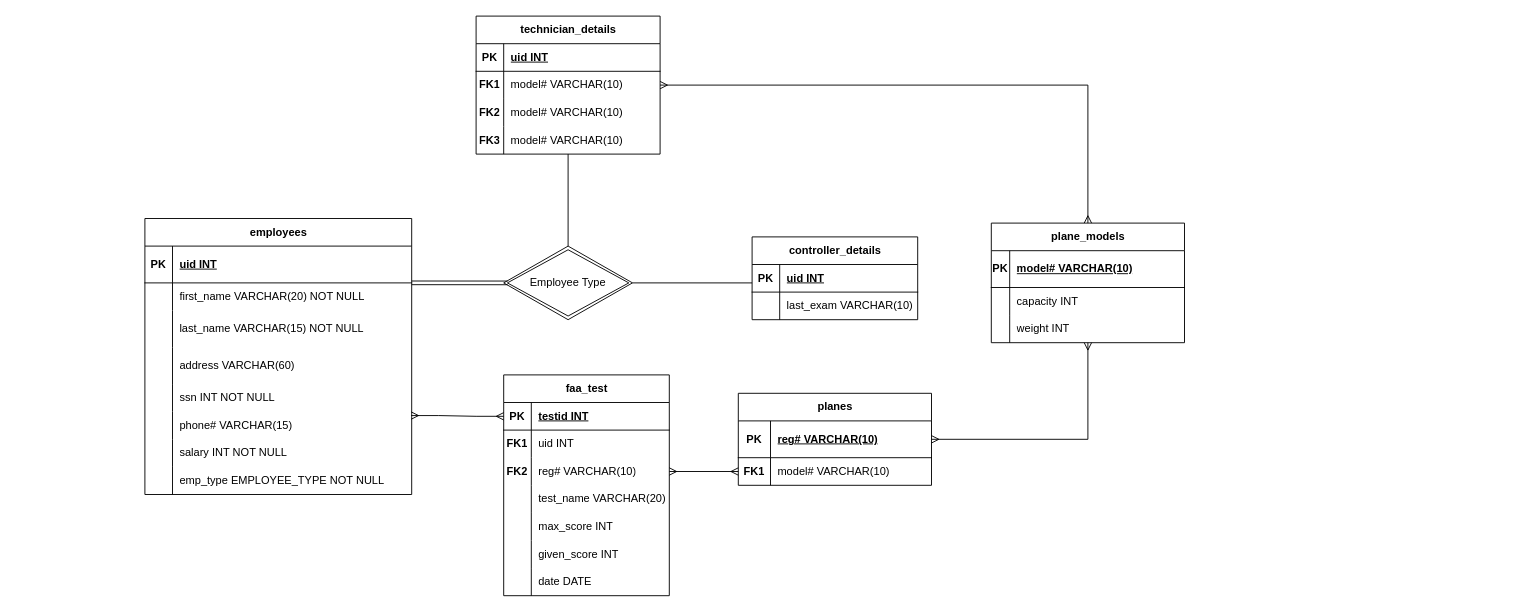
This is Untitled Diagram.drawio from O-paque/CS430, a draw.io file, before an edit. Source tidied: cells renumbered, new cells numbered last; positions are measured from the earlier drawing's top-left corner, leaving out a move shared by most shapes. Both pictures are drawn from the tidied source at 92%, with x=0, y=0 at pixel (144, 16).
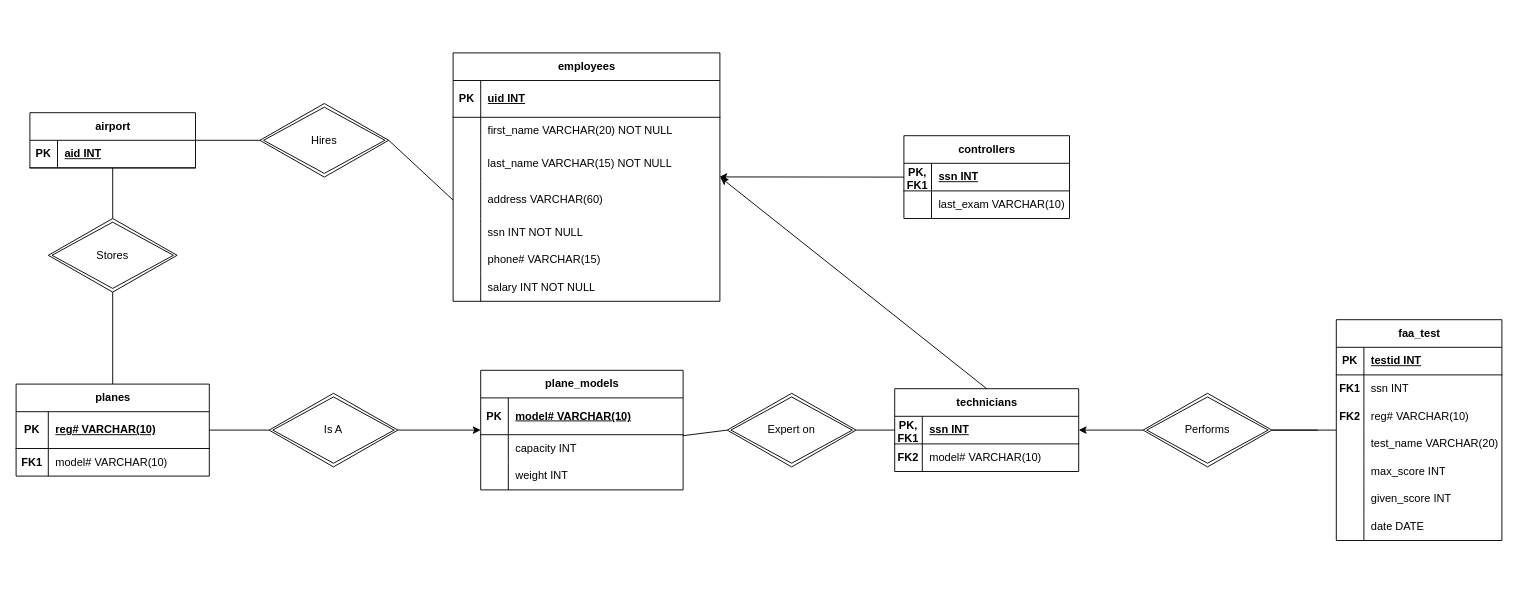
The same diagram, later.

Unchanged cells that the change refers to:
```xml
<mxCell id="3" style="shape=tableRow;horizontal=0;startSize=0;swimlaneHead=0;swimlaneBody=0;fillColor=none;points=[[0,0.5],[1,0.5]];portConstraint=eastwest;top=0;left=0;right=0;bottom=1;" parent="2" vertex="1">
  <mxGeometry y="30" width="210" height="40" as="geometry" />
</mxCell>
<mxCell id="6" style="shape=tableRow;horizontal=0;startSize=0;swimlaneHead=0;swimlaneBody=0;fillColor=none;points=[[0,0.5],[1,0.5]];portConstraint=eastwest;top=0;left=0;right=0;bottom=0;" parent="2" vertex="1">
  <mxGeometry y="70" width="210" height="30" as="geometry" />
</mxCell>
<mxCell id="15" style="shape=tableRow;horizontal=0;startSize=0;swimlaneHead=0;swimlaneBody=0;fillColor=none;points=[[0,0.5],[1,0.5]];portConstraint=eastwest;top=0;left=0;right=0;bottom=0;" parent="11" vertex="1">
  <mxGeometry y="70" width="290" height="30" as="geometry" />
</mxCell>
<mxCell id="18" style="shape=tableRow;horizontal=0;startSize=0;swimlaneHead=0;swimlaneBody=0;fillColor=none;points=[[0,0.5],[1,0.5]];portConstraint=eastwest;top=0;left=0;right=0;bottom=0;" parent="11" vertex="1">
  <mxGeometry y="100" width="290" height="40" as="geometry" />
</mxCell>
<mxCell id="21" style="shape=tableRow;horizontal=0;startSize=0;swimlaneHead=0;swimlaneBody=0;fillColor=none;points=[[0,0.5],[1,0.5]];portConstraint=eastwest;top=0;left=0;right=0;bottom=0;" parent="11" vertex="1">
  <mxGeometry y="140" width="290" height="40" as="geometry" />
</mxCell>
<mxCell id="27" style="shape=tableRow;horizontal=0;startSize=0;swimlaneHead=0;swimlaneBody=0;fillColor=none;points=[[0,0.5],[1,0.5]];portConstraint=eastwest;top=0;left=0;right=0;bottom=0;" parent="11" vertex="1">
  <mxGeometry y="210" width="290" height="30" as="geometry" />
</mxCell>
<mxCell id="37" style="shape=tableRow;horizontal=0;startSize=0;swimlaneHead=0;swimlaneBody=0;fillColor=none;points=[[0,0.5],[1,0.5]];portConstraint=eastwest;top=0;left=0;right=0;bottom=1;" parent="36" vertex="1">
  <mxGeometry y="30" width="200" height="30" as="geometry" />
</mxCell>
<mxCell id="40" style="shape=tableRow;horizontal=0;startSize=0;swimlaneHead=0;swimlaneBody=0;fillColor=none;points=[[0,0.5],[1,0.5]];portConstraint=eastwest;top=0;left=0;right=0;bottom=0;" parent="36" vertex="1">
  <mxGeometry y="60" width="200" height="30" as="geometry" />
</mxCell>
<mxCell id="50" style="shape=tableRow;horizontal=0;startSize=0;swimlaneHead=0;swimlaneBody=0;fillColor=none;points=[[0,0.5],[1,0.5]];portConstraint=eastwest;top=0;left=0;right=0;bottom=1;" parent="49" vertex="1">
  <mxGeometry y="30" width="180" height="30" as="geometry" />
</mxCell>
<mxCell id="57" style="shape=tableRow;horizontal=0;startSize=0;swimlaneHead=0;swimlaneBody=0;fillColor=none;points=[[0,0.5],[1,0.5]];portConstraint=eastwest;top=0;left=0;right=0;bottom=1;" parent="56" vertex="1">
  <mxGeometry y="30" width="180" height="30" as="geometry" />
</mxCell>
<mxCell id="60" style="shape=tableRow;horizontal=0;startSize=0;swimlaneHead=0;swimlaneBody=0;fillColor=none;top=0;left=0;right=0;bottom=0;" parent="56" vertex="1">
  <mxGeometry y="60" width="180" height="30" as="geometry" />
</mxCell>
<mxCell id="63" style="shape=tableRow;horizontal=0;startSize=0;swimlaneHead=0;swimlaneBody=0;fillColor=none;points=[[0,0.5],[1,0.5]];portConstraint=eastwest;top=0;left=0;right=0;bottom=0;" parent="56" vertex="1">
  <mxGeometry y="90" width="180" height="30" as="geometry" />
</mxCell>
<mxCell id="66" style="shape=tableRow;horizontal=0;startSize=0;swimlaneHead=0;swimlaneBody=0;fillColor=none;points=[[0,0.5],[1,0.5]];portConstraint=eastwest;top=0;left=0;right=0;bottom=0;" parent="56" vertex="1">
  <mxGeometry y="120" width="180" height="30" as="geometry" />
</mxCell>
```

The edit, as a diff of the source:
```diff
@@
     <mxCell id="2" value="planes" style="shape=table;startSize=30;childLayout=tableLayout;rowLines=0;fontStyle=1;align=center;html=1;" parent="1" vertex="1">
-      <mxGeometry x="645" y="410" width="210" height="100" as="geometry" />
+      <mxGeometry x="-140" y="400" width="210" height="100" as="geometry" />
     </mxCell>
@@
     <mxCell id="9" style="shape=tableRow;horizontal=0;startSize=0;swimlaneHead=0;swimlaneBody=0;fillColor=none;top=0;left=0;right=0;bottom=0;" parent="1" vertex="1">
-      <mxGeometry x="140" y="460" width="290" height="30" as="geometry" />
+      <mxGeometry x="475" y="280" width="290" height="30" as="geometry" />
     </mxCell>
@@
     <mxCell id="11" value="employees" style="shape=table;startSize=30;childLayout=tableLayout;rowLines=0;fontStyle=1;align=center;html=1;" parent="1" vertex="1">
-      <mxGeometry y="220" width="290" height="300" as="geometry" />
+      <mxGeometry x="335" y="40" width="290" height="270" as="geometry" />
     </mxCell>
@@
-    <mxCell id="33" style="shape=tableRow;horizontal=0;startSize=0;swimlaneHead=0;swimlaneBody=0;fillColor=none;top=0;left=0;right=0;bottom=0;" parent="11" vertex="1">
-      <mxGeometry y="270" width="290" height="30" as="geometry" />
-    </mxCell>
-    <mxCell id="34" style="shape=partialRectangle;fillColor=none;top=0;left=0;bottom=0;right=0;overflow=hidden;whiteSpace=wrap;html=1;" parent="33" vertex="1">
-      <mxGeometry width="30" height="30" as="geometry" />
-    </mxCell>
-    <mxCell id="35" value="emp_type EMPLOYEE_TYPE NOT NULL" style="shape=partialRectangle;fillColor=none;top=0;left=0;bottom=0;right=0;align=left;spacingLeft=6;overflow=hidden;whiteSpace=wrap;html=1;" parent="33" vertex="1">
-      <mxGeometry x="30" width="260" height="30" as="geometry" />
-    </mxCell>
-    <mxCell id="36" value="technician_details" style="shape=table;startSize=30;childLayout=tableLayout;rowLines=0;fontStyle=1;align=center;html=1;" parent="1" vertex="1">
-      <mxGeometry x="360" width="200" height="150" as="geometry" />
+    <mxCell id="36" value="technicians" style="shape=table;startSize=30;childLayout=tableLayout;rowLines=0;fontStyle=1;align=center;html=1;" parent="1" vertex="1">
+      <mxGeometry x="815" y="405" width="200" height="90" as="geometry" />
     </mxCell>
@@
-    <mxCell id="38" value="PK" style="shape=partialRectangle;fillColor=none;top=0;left=0;bottom=0;right=0;fontStyle=1;overflow=hidden;whiteSpace=wrap;html=1;" parent="37" vertex="1">
+    <mxCell id="38" value="PK, FK1" style="shape=partialRectangle;fillColor=none;top=0;left=0;bottom=0;right=0;fontStyle=1;overflow=hidden;whiteSpace=wrap;html=1;" parent="37" vertex="1">
       <mxGeometry width="30" height="30" as="geometry" />
     </mxCell>
-    <mxCell id="39" value="uid INT" style="shape=partialRectangle;fillColor=none;top=0;left=0;bottom=0;right=0;align=left;spacingLeft=6;fontStyle=5;overflow=hidden;whiteSpace=wrap;html=1;" parent="37" vertex="1">
+    <mxCell id="39" value="ssn INT" style="shape=partialRectangle;fillColor=none;top=0;left=0;bottom=0;right=0;align=left;spacingLeft=6;fontStyle=5;overflow=hidden;whiteSpace=wrap;html=1;" parent="37" vertex="1">
       <mxGeometry x="30" width="170" height="30" as="geometry" />
     </mxCell>
@@
-    <mxCell id="41" value="&lt;b&gt;FK1&lt;/b&gt;" style="shape=partialRectangle;fillColor=none;top=0;left=0;bottom=0;right=0;overflow=hidden;whiteSpace=wrap;html=1;" parent="40" vertex="1">
+    <mxCell id="41" value="&lt;b&gt;FK2&lt;/b&gt;" style="shape=partialRectangle;fillColor=none;top=0;left=0;bottom=0;right=0;overflow=hidden;whiteSpace=wrap;html=1;" parent="40" vertex="1">
       <mxGeometry width="30" height="30" as="geometry" />
     </mxCell>
@@
-    <mxCell id="43" style="shape=tableRow;horizontal=0;startSize=0;swimlaneHead=0;swimlaneBody=0;fillColor=none;top=0;left=0;right=0;bottom=0;" parent="36" vertex="1">
-      <mxGeometry y="90" width="200" height="30" as="geometry" />
-    </mxCell>
-    <mxCell id="44" value="&lt;b&gt;FK2&lt;/b&gt;" style="shape=partialRectangle;fillColor=none;top=0;left=0;bottom=0;right=0;overflow=hidden;whiteSpace=wrap;html=1;" parent="43" vertex="1">
-      <mxGeometry width="30" height="30" as="geometry" />
-    </mxCell>
-    <mxCell id="45" value="model# VARCHAR(10)" style="shape=partialRectangle;fillColor=none;top=0;left=0;bottom=0;right=0;align=left;spacingLeft=6;overflow=hidden;whiteSpace=wrap;html=1;" parent="43" vertex="1">
-      <mxGeometry x="30" width="170" height="30" as="geometry" />
-    </mxCell>
-    <mxCell id="46" style="shape=tableRow;horizontal=0;startSize=0;swimlaneHead=0;swimlaneBody=0;fillColor=none;top=0;left=0;right=0;bottom=0;" parent="36" vertex="1">
-      <mxGeometry y="120" width="200" height="30" as="geometry" />
-    </mxCell>
-    <mxCell id="47" value="&lt;b&gt;FK3&lt;/b&gt;" style="shape=partialRectangle;fillColor=none;top=0;left=0;bottom=0;right=0;overflow=hidden;whiteSpace=wrap;html=1;" parent="46" vertex="1">
-      <mxGeometry width="30" height="30" as="geometry" />
-    </mxCell>
-    <mxCell id="48" value="model# VARCHAR(10)" style="shape=partialRectangle;fillColor=none;top=0;left=0;bottom=0;right=0;align=left;spacingLeft=6;overflow=hidden;whiteSpace=wrap;html=1;" parent="46" vertex="1">
-      <mxGeometry x="30" width="170" height="30" as="geometry" />
-    </mxCell>
-    <mxCell id="49" value="controller_details" style="shape=table;startSize=30;childLayout=tableLayout;rowLines=0;fontStyle=1;align=center;html=1;" parent="1" vertex="1">
-      <mxGeometry x="660" y="240" width="180" height="90" as="geometry" />
+    <mxCell id="49" value="controllers" style="shape=table;startSize=30;childLayout=tableLayout;rowLines=0;fontStyle=1;align=center;html=1;" parent="1" vertex="1">
+      <mxGeometry x="825" y="130" width="180" height="90" as="geometry" />
     </mxCell>
@@
-    <mxCell id="51" value="PK" style="shape=partialRectangle;fillColor=none;top=0;left=0;bottom=0;right=0;fontStyle=1;overflow=hidden;whiteSpace=wrap;html=1;" parent="50" vertex="1">
+    <mxCell id="51" value="PK, FK1" style="shape=partialRectangle;fillColor=none;top=0;left=0;bottom=0;right=0;fontStyle=1;overflow=hidden;whiteSpace=wrap;html=1;" parent="50" vertex="1">
       <mxGeometry width="30" height="30" as="geometry" />
     </mxCell>
-    <mxCell id="52" value="uid INT" style="shape=partialRectangle;fillColor=none;top=0;left=0;bottom=0;right=0;align=left;spacingLeft=6;fontStyle=5;overflow=hidden;whiteSpace=wrap;html=1;" parent="50" vertex="1">
+    <mxCell id="52" value="ssn INT" style="shape=partialRectangle;fillColor=none;top=0;left=0;bottom=0;right=0;align=left;spacingLeft=6;fontStyle=5;overflow=hidden;whiteSpace=wrap;html=1;" parent="50" vertex="1">
       <mxGeometry x="30" width="150" height="30" as="geometry" />
     </mxCell>
@@
     <mxCell id="56" value="faa_test" style="shape=table;startSize=30;childLayout=tableLayout;rowLines=0;fontStyle=1;align=center;html=1;" parent="1" vertex="1">
-      <mxGeometry x="390" y="390" width="180" height="240" as="geometry" />
+      <mxGeometry x="1295" y="330" width="180" height="240" as="geometry" />
     </mxCell>
@@
-    <mxCell id="62" value="uid INT" style="shape=partialRectangle;fillColor=none;top=0;left=0;bottom=0;right=0;align=left;spacingLeft=6;overflow=hidden;whiteSpace=wrap;html=1;" parent="60" vertex="1">
+    <mxCell id="62" value="ssn INT" style="shape=partialRectangle;fillColor=none;top=0;left=0;bottom=0;right=0;align=left;spacingLeft=6;overflow=hidden;whiteSpace=wrap;html=1;" parent="60" vertex="1">
       <mxGeometry x="30" width="150" height="30" as="geometry" />
     </mxCell>
@@
-    <mxCell id="78" value="Employee Type" style="shape=rhombus;double=1;perimeter=rhombusPerimeter;whiteSpace=wrap;html=1;align=center;" parent="1" vertex="1">
-      <mxGeometry x="390" y="250" width="140" height="80" as="geometry" />
-    </mxCell>
-    <mxCell id="79" style="shape=link;html=1;rounded=0;entryX=0.03;entryY=0.5;entryDx=0;entryDy=0;exitX=1;exitY=-0.002;exitDx=0;exitDy=0;exitPerimeter=0;entryPerimeter=0;" parent="1" edge="1" source="15" target="78">
-      <mxGeometry relative="1" as="geometry" />
-    </mxCell>
-    <mxCell id="80" style="endArrow=none;html=1;rounded=0;exitX=0.5;exitY=0;exitDx=0;exitDy=0;entryX=0.5;entryY=1;entryDx=0;entryDy=0;" parent="1" edge="1" source="78" target="36">
-      <mxGeometry relative="1" as="geometry" />
-    </mxCell>
-    <mxCell id="81" style="endArrow=none;html=1;rounded=0;exitX=1;exitY=0.5;exitDx=0;exitDy=0;entryX=0;entryY=0.667;entryDx=0;entryDy=0;entryPerimeter=0;" parent="1" edge="1" source="78" target="50">
-      <mxGeometry relative="1" as="geometry" />
-    </mxCell>
-    <mxCell id="82" style="edgeStyle=entityRelationEdgeStyle;fontSize=12;html=1;endArrow=ERmany;startArrow=ERmany;rounded=0;entryX=0;entryY=0.5;entryDx=0;entryDy=0;exitX=0.998;exitY=0.14;exitDx=0;exitDy=0;exitPerimeter=0;" parent="1" edge="1" source="27" target="57">
-      <mxGeometry relative="1" as="geometry" />
-    </mxCell>
-    <mxCell id="83" style="fontSize=12;html=1;endArrow=ERmany;startArrow=ERmany;rounded=0;exitX=0;exitY=0.5;exitDx=0;exitDy=0;entryX=1;entryY=0.5;entryDx=0;entryDy=0;" parent="1" edge="1" source="6" target="63">
-      <mxGeometry relative="1" as="geometry" />
-    </mxCell>
     <mxCell id="84" value="plane_models" style="shape=table;startSize=30;childLayout=tableLayout;rowLines=0;fontStyle=1;align=center;html=1;" parent="1" vertex="1">
-      <mxGeometry x="920" y="225" width="210" height="130" as="geometry" />
+      <mxGeometry x="365" y="385" width="220" height="130" as="geometry" />
     </mxCell>
     <mxCell id="85" style="shape=tableRow;horizontal=0;startSize=0;swimlaneHead=0;swimlaneBody=0;fillColor=none;top=0;left=0;right=0;bottom=1;" parent="84" vertex="1">
-      <mxGeometry y="30" width="210" height="40" as="geometry" />
+      <mxGeometry y="30" width="220" height="40" as="geometry" />
     </mxCell>
     <mxCell id="86" value="PK" style="shape=partialRectangle;fillColor=none;top=0;left=0;bottom=0;right=0;fontStyle=1;overflow=hidden;whiteSpace=wrap;html=1;" parent="85" vertex="1">
-      <mxGeometry width="20" height="40" as="geometry" />
+      <mxGeometry width="30" height="40" as="geometry" />
     </mxCell>
     <mxCell id="87" value="model# VARCHAR(10)" style="shape=partialRectangle;fillColor=none;top=0;left=0;bottom=0;right=0;align=left;spacingLeft=6;fontStyle=5;overflow=hidden;whiteSpace=wrap;html=1;" parent="85" vertex="1">
-      <mxGeometry x="20" width="190" height="40" as="geometry" />
+      <mxGeometry x="30" width="190" height="40" as="geometry" />
     </mxCell>
     <mxCell id="88" style="shape=tableRow;horizontal=0;startSize=0;swimlaneHead=0;swimlaneBody=0;fillColor=none;points=[[0,0.5],[1,0.5]];portConstraint=eastwest;top=0;left=0;right=0;bottom=0;" parent="84" vertex="1">
-      <mxGeometry y="70" width="210" height="30" as="geometry" />
+      <mxGeometry y="70" width="220" height="30" as="geometry" />
     </mxCell>
     <mxCell id="89" style="shape=partialRectangle;fillColor=none;top=0;left=0;bottom=0;right=0;overflow=hidden;whiteSpace=wrap;html=1;" parent="88" vertex="1">
-      <mxGeometry width="20" height="30" as="geometry" />
+      <mxGeometry width="30" height="30" as="geometry" />
     </mxCell>
     <mxCell id="90" value="capacity INT" style="shape=partialRectangle;fillColor=none;top=0;left=0;bottom=0;right=0;align=left;spacingLeft=6;overflow=hidden;whiteSpace=wrap;html=1;" parent="88" vertex="1">
-      <mxGeometry x="20" width="190" height="30" as="geometry" />
+      <mxGeometry x="30" width="190" height="30" as="geometry" />
     </mxCell>
     <mxCell id="91" style="shape=tableRow;horizontal=0;startSize=0;swimlaneHead=0;swimlaneBody=0;fillColor=none;top=0;left=0;right=0;bottom=0;" parent="84" vertex="1">
-      <mxGeometry y="100" width="210" height="30" as="geometry" />
+      <mxGeometry y="100" width="220" height="30" as="geometry" />
     </mxCell>
     <mxCell id="92" style="shape=partialRectangle;fillColor=none;top=0;left=0;bottom=0;right=0;overflow=hidden;whiteSpace=wrap;html=1;" parent="91" vertex="1">
-      <mxGeometry width="20" height="30" as="geometry" />
+      <mxGeometry width="30" height="30" as="geometry" />
     </mxCell>
     <mxCell id="93" value="weight INT" style="shape=partialRectangle;fillColor=none;top=0;left=0;bottom=0;right=0;align=left;spacingLeft=6;overflow=hidden;whiteSpace=wrap;html=1;" parent="91" vertex="1">
-      <mxGeometry x="20" width="190" height="30" as="geometry" />
+      <mxGeometry x="30" width="190" height="30" as="geometry" />
     </mxCell>
-    <mxCell id="94" style="fontSize=12;html=1;endArrow=ERmany;startArrow=ERmany;rounded=0;edgeStyle=orthogonalEdgeStyle;elbow=vertical;exitX=1;exitY=0.5;exitDx=0;exitDy=0;entryX=0.5;entryY=1;entryDx=0;entryDy=0;" parent="1" edge="1" source="2" target="84">
-      <mxGeometry relative="1" as="geometry" />
-    </mxCell>
-    <mxCell id="95" style="fontSize=12;html=1;endArrow=ERmany;startArrow=ERmany;rounded=0;edgeStyle=orthogonalEdgeStyle;elbow=vertical;exitX=1;exitY=0.5;exitDx=0;exitDy=0;entryX=0.5;entryY=0;entryDx=0;entryDy=0;" parent="1" edge="1" source="40" target="84">
-      <mxGeometry relative="1" as="geometry" />
-    </mxCell>
+    <mxCell id="96" value="airport" style="shape=table;startSize=30;childLayout=tableLayout;rowLines=0;fontStyle=1;align=center;html=1;" parent="1" vertex="1">
+      <mxGeometry x="-125" y="105" width="180" height="60" as="geometry" />
+    </mxCell>
+    <mxCell id="97" style="shape=tableRow;horizontal=0;startSize=0;swimlaneHead=0;swimlaneBody=0;fillColor=none;points=[[0,0.5],[1,0.5]];portConstraint=eastwest;top=0;left=0;right=0;bottom=1;" parent="96" vertex="1">
+      <mxGeometry y="30" width="180" height="30" as="geometry" />
+    </mxCell>
+    <mxCell id="98" value="PK" style="shape=partialRectangle;fillColor=none;top=0;left=0;bottom=0;right=0;fontStyle=1;overflow=hidden;whiteSpace=wrap;html=1;" parent="97" vertex="1">
+      <mxGeometry width="30" height="30" as="geometry" />
+    </mxCell>
+    <mxCell id="99" value="aid INT" style="shape=partialRectangle;fillColor=none;top=0;left=0;bottom=0;right=0;align=left;spacingLeft=6;fontStyle=5;overflow=hidden;whiteSpace=wrap;html=1;" parent="97" vertex="1">
+      <mxGeometry x="30" width="150" height="30" as="geometry" />
+    </mxCell>
+    <mxCell id="100" value="Hires" style="shape=rhombus;double=1;perimeter=rhombusPerimeter;whiteSpace=wrap;html=1;align=center;" parent="1" vertex="1">
+      <mxGeometry x="125" y="95" width="140" height="80" as="geometry" />
+    </mxCell>
+    <mxCell id="101" style="endArrow=none;html=1;rounded=0;exitX=1;exitY=0.5;exitDx=0;exitDy=0;entryX=0;entryY=0.5;entryDx=0;entryDy=0;" parent="1" edge="1" source="96" target="100">
+      <mxGeometry relative="1" as="geometry" />
+    </mxCell>
+    <mxCell id="102" style="endArrow=none;html=1;rounded=0;exitX=1;exitY=0.5;exitDx=0;exitDy=0;entryX=0;entryY=0.5;entryDx=0;entryDy=0;" parent="1" edge="1" source="100" target="21">
+      <mxGeometry relative="1" as="geometry" />
+    </mxCell>
+    <mxCell id="103" value="Stores" style="shape=rhombus;double=1;perimeter=rhombusPerimeter;whiteSpace=wrap;html=1;align=center;" parent="1" vertex="1">
+      <mxGeometry x="-105" y="220" width="140" height="80" as="geometry" />
+    </mxCell>
+    <mxCell id="104" value="Is A" style="shape=rhombus;double=1;perimeter=rhombusPerimeter;whiteSpace=wrap;html=1;align=center;" parent="1" vertex="1">
+      <mxGeometry x="135" y="410" width="140" height="80" as="geometry" />
+    </mxCell>
+    <mxCell id="105" style="endArrow=none;html=1;rounded=0;exitX=0.5;exitY=0;exitDx=0;exitDy=0;" parent="1" edge="1" source="103" target="97">
+      <mxGeometry relative="1" as="geometry" />
+    </mxCell>
+    <mxCell id="106" style="endArrow=none;html=1;rounded=0;entryX=0.5;entryY=1;entryDx=0;entryDy=0;exitX=0.5;exitY=0;exitDx=0;exitDy=0;" parent="1" edge="1" source="2" target="103">
+      <mxGeometry relative="1" as="geometry" />
+    </mxCell>
+    <mxCell id="107" style="endArrow=none;html=1;rounded=0;exitX=1;exitY=0.5;exitDx=0;exitDy=0;entryX=0;entryY=0.5;entryDx=0;entryDy=0;" parent="1" edge="1" source="3" target="104">
+      <mxGeometry relative="1" as="geometry" />
+    </mxCell>
+    <mxCell id="108" style="endArrow=classic;html=1;rounded=0;exitX=1;exitY=0.5;exitDx=0;exitDy=0;" parent="1" edge="1" source="104" target="84">
+      <mxGeometry relative="1" as="geometry" />
+    </mxCell>
+    <mxCell id="109" value="Expert on" style="shape=rhombus;double=1;perimeter=rhombusPerimeter;whiteSpace=wrap;html=1;align=center;" parent="1" vertex="1">
+      <mxGeometry x="633" y="410" width="140" height="80" as="geometry" />
+    </mxCell>
+    <mxCell id="110" value="Performs" style="shape=rhombus;double=1;perimeter=rhombusPerimeter;whiteSpace=wrap;html=1;align=center;" parent="1" vertex="1">
+      <mxGeometry x="1085" y="410" width="140" height="80" as="geometry" />
+    </mxCell>
+    <mxCell id="111" style="endArrow=none;html=1;rounded=0;entryX=1;entryY=0.5;entryDx=0;entryDy=0;exitX=0;exitY=0.5;exitDx=0;exitDy=0;" parent="1" edge="1" source="37" target="109">
+      <mxGeometry relative="1" as="geometry" />
+    </mxCell>
+    <mxCell id="112" style="endArrow=none;html=1;rounded=0;exitX=0;exitY=0.5;exitDx=0;exitDy=0;" parent="1" edge="1" source="109" target="88">
+      <mxGeometry relative="1" as="geometry" />
+    </mxCell>
+    <mxCell id="113" style="endArrow=none;html=1;rounded=0;exitX=1;exitY=0.5;exitDx=0;exitDy=0;" parent="1" edge="1" source="110">
+      <mxGeometry relative="1" as="geometry">
+        <mxPoint x="1275" y="450" as="targetPoint" />
+      </mxGeometry>
+    </mxCell>
+    <mxCell id="114" style="endArrow=none;html=1;rounded=0;exitX=1;exitY=0.5;exitDx=0;exitDy=0;entryX=-0.002;entryY=0;entryDx=0;entryDy=0;entryPerimeter=0;" parent="1" edge="1" source="110" target="66">
+      <mxGeometry relative="1" as="geometry" />
+    </mxCell>
+    <mxCell id="115" style="endArrow=classic;html=1;rounded=0;exitX=0;exitY=0.5;exitDx=0;exitDy=0;entryX=1;entryY=0.5;entryDx=0;entryDy=0;" parent="1" edge="1" source="110" target="37">
+      <mxGeometry relative="1" as="geometry" />
+    </mxCell>
+    <mxCell id="116" style="endArrow=classic;html=1;rounded=0;exitX=0.5;exitY=0;exitDx=0;exitDy=0;entryX=1.002;entryY=0.883;entryDx=0;entryDy=0;entryPerimeter=0;" parent="1" edge="1" source="36" target="18">
+      <mxGeometry relative="1" as="geometry" />
+    </mxCell>
+    <mxCell id="117" style="endArrow=classic;html=1;rounded=0;exitX=0;exitY=0.5;exitDx=0;exitDy=0;entryX=0.998;entryY=0.87;entryDx=0;entryDy=0;entryPerimeter=0;" parent="1" edge="1" source="50" target="18">
+      <mxGeometry relative="1" as="geometry" />
+    </mxCell>
```
